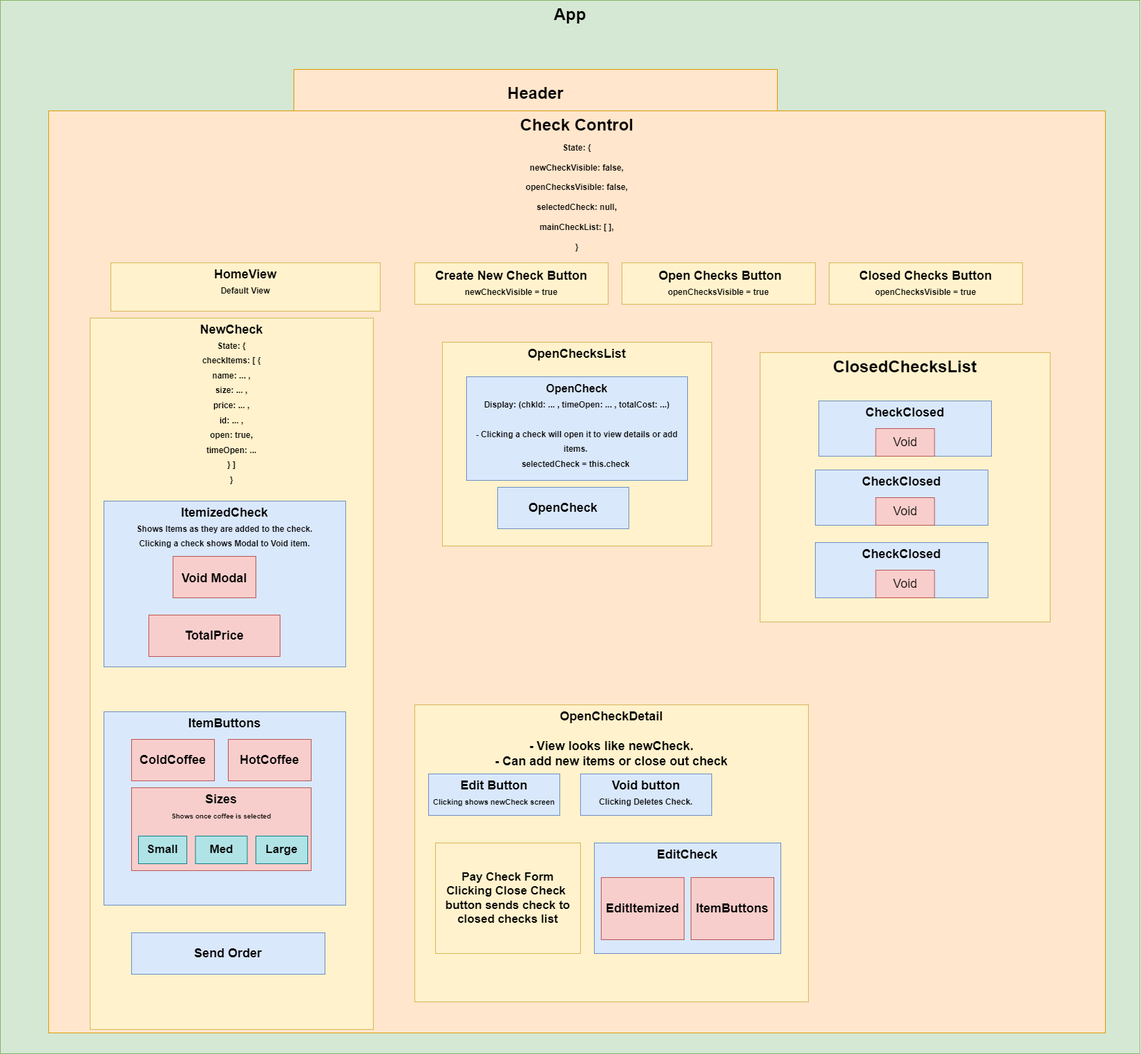
Above: v1CoffeeShopPOSDiagram.png in AaronDBoyd/CoffeeShop_POS (draw.io), before the change. Source tidied: cells renumbered, new cells last; positions are measured from the earlier drawing's top-left corner, leaving out a move shared by most shapes.
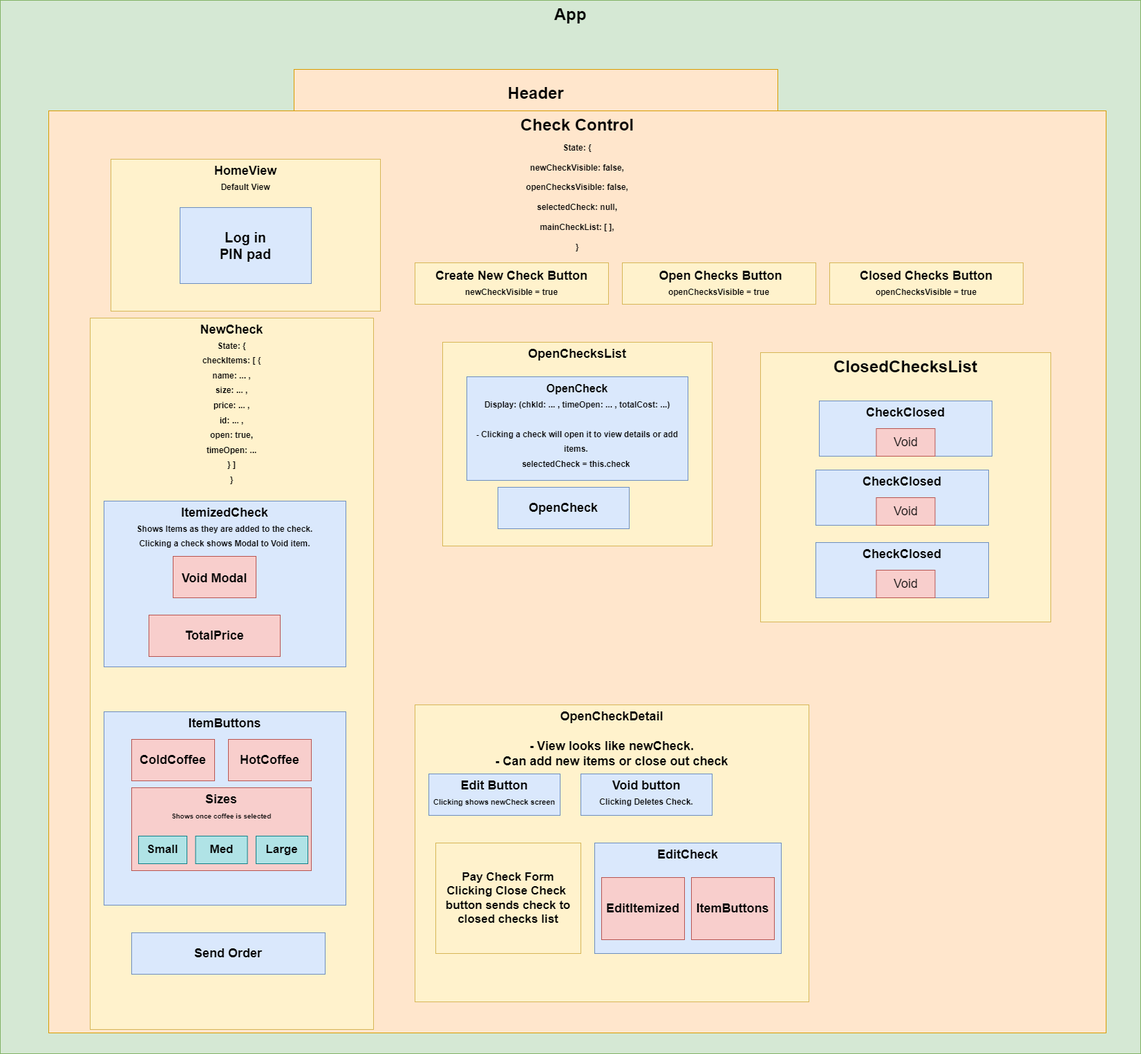
After the change.

Diff of the diagram source:
```diff
@@ -42,7 +42,7 @@
       <mxGeometry x="370" y="1210" width="75" height="40" as="geometry" />
     </mxCell>
     <mxCell id="15" value="HomeView&lt;br style=&quot;font-size: 17px;&quot;&gt;&lt;font style=&quot;font-size: 12px;&quot;&gt;Default View&lt;/font&gt;" style="rounded=0;whiteSpace=wrap;html=1;fontSize=18;fontStyle=1;verticalAlign=top;fillColor=#fff2cc;strokeColor=#d6b656;" parent="1" vertex="1">
-      <mxGeometry x="160" y="380" width="390" height="70" as="geometry" />
+      <mxGeometry x="160" y="230" width="390" height="220" as="geometry" />
     </mxCell>
     <mxCell id="16" value="Create New Check Button&lt;br style=&quot;font-size: 17px;&quot;&gt;&lt;span style=&quot;font-size: 12px;&quot;&gt;newCheckVisible = true&lt;/span&gt;" style="rounded=0;whiteSpace=wrap;html=1;fontSize=18;fontStyle=1;fillColor=#fff2cc;strokeColor=#d6b656;" parent="1" vertex="1">
       <mxGeometry x="600" y="380" width="280" height="60" as="geometry" />
@@ -110,5 +110,8 @@
     <mxCell id="37" value="Closed Checks Button&lt;br style=&quot;font-size: 17px;&quot;&gt;&lt;font style=&quot;font-size: 12px;&quot;&gt;openChecksVisible = true&lt;/font&gt;" style="rounded=0;whiteSpace=wrap;html=1;fontSize=18;fontStyle=1;verticalAlign=middle;fillColor=#fff2cc;strokeColor=#d6b656;" parent="1" vertex="1">
       <mxGeometry x="1200" y="380" width="280" height="60" as="geometry" />
     </mxCell>
+    <mxCell id="38" value="Log in&lt;br&gt;PIN pad" style="rounded=0;whiteSpace=wrap;html=1;fontSize=20;fillColor=#dae8fc;strokeColor=#6c8ebf;fontStyle=1;" parent="1" vertex="1">
+      <mxGeometry x="260" y="300" width="190" height="110" as="geometry" />
+    </mxCell>
   </root>
 </mxGraphModel>
```
